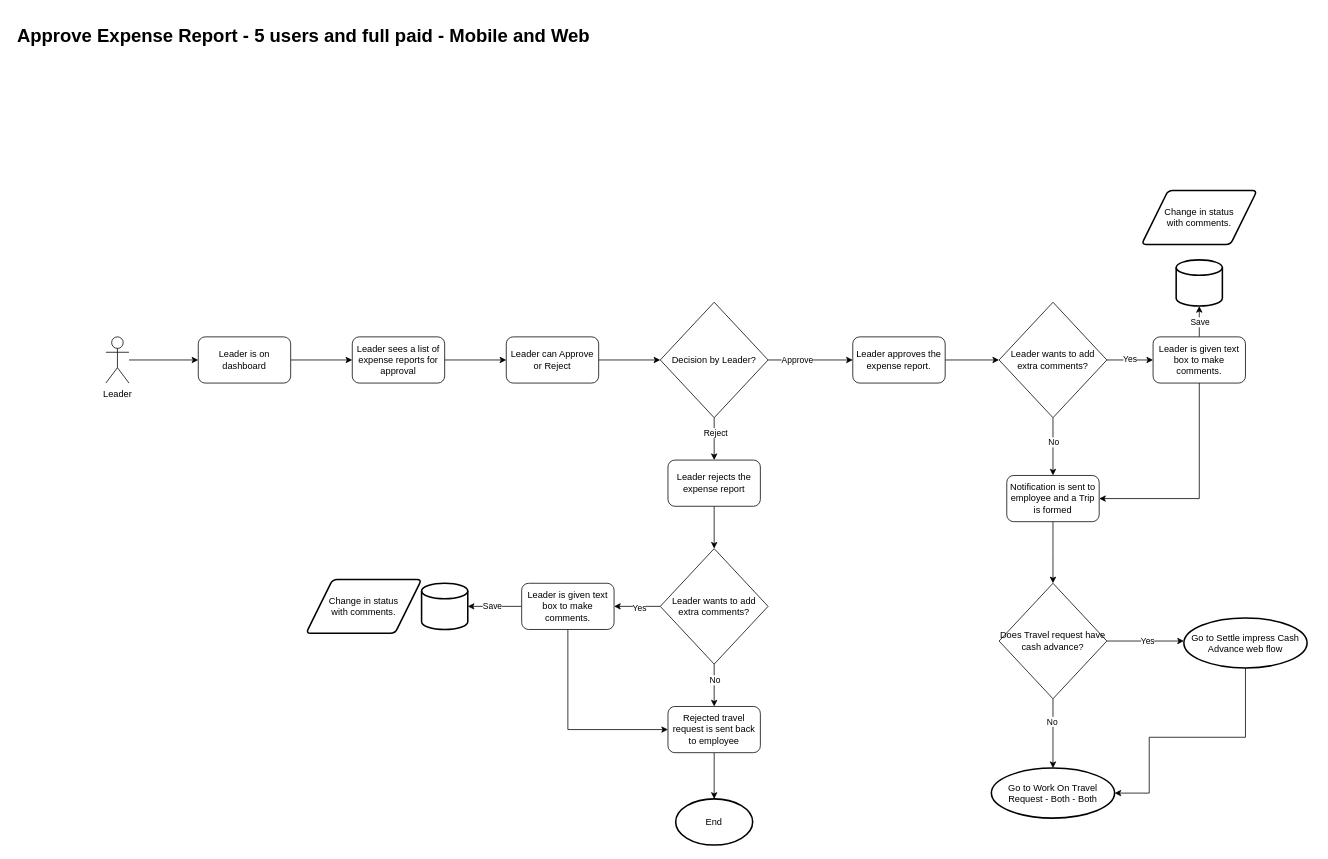
This is page "Approve Expense - Both - Both" (10 of 18) of expensebooking.drawio from snair0410/resturantdesign, a draw.io file, before an edit. Source tidied: cells renumbered, new cells numbered last; positions are measured from the earlier drawing's top-left corner, leaving out a move shared by most shapes. Both pictures are drawn from the tidied source at 77%, with x=0, y=0 at pixel (13, 21).
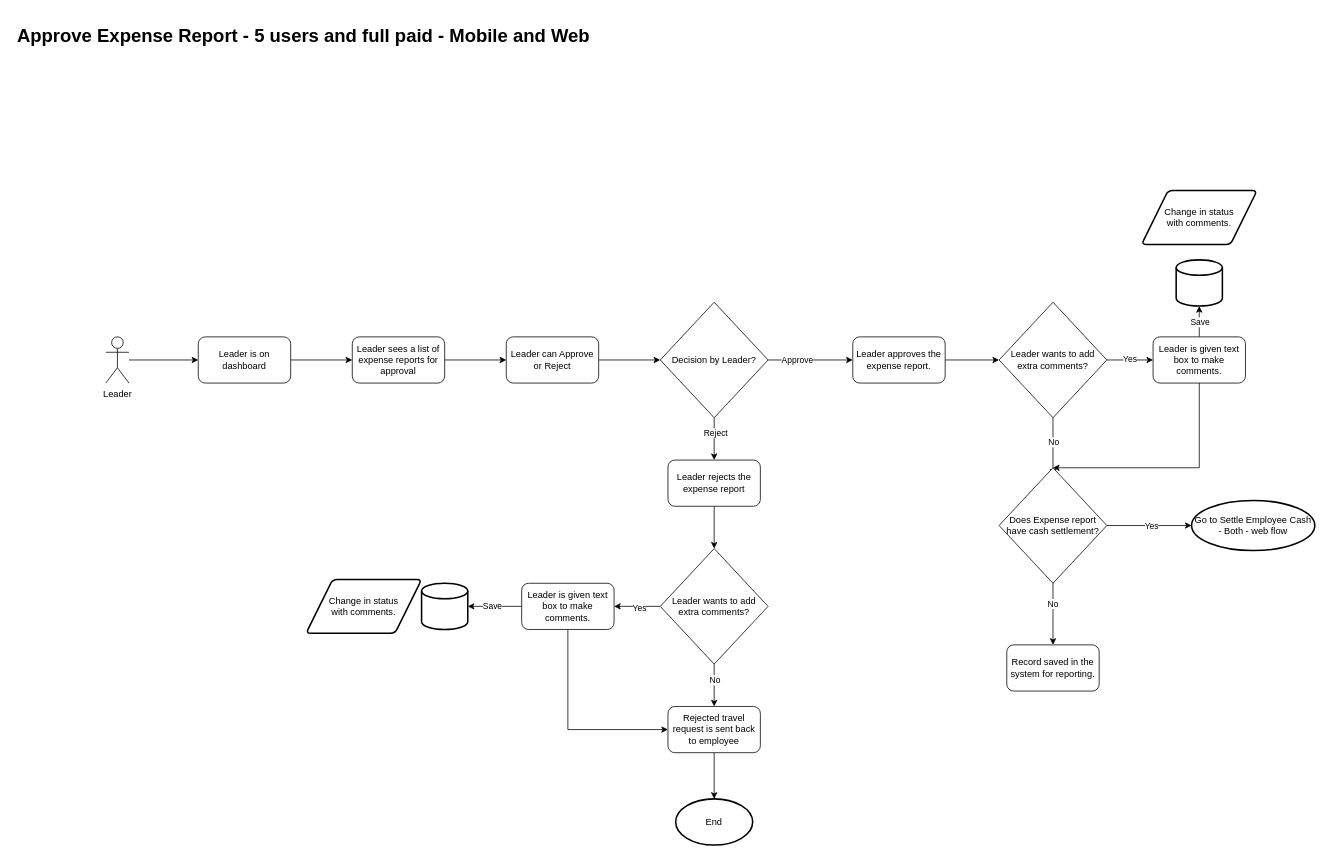
Above is the later version.

The change refers to these unchanged cells:
```xml
<mxCell id="22" value="Leader wants to add extra comments?" style="rhombus;whiteSpace=wrap;html=1;" parent="1" vertex="1">
  <mxGeometry x="1280" y="365" width="140" height="150" as="geometry" />
</mxCell>
<mxCell id="26" value="Leader is given text box to make comments." style="rounded=1;whiteSpace=wrap;html=1;" parent="1" vertex="1">
  <mxGeometry x="1480" y="410" width="120" height="60" as="geometry" />
</mxCell>
```

What changed in the source:
```diff
@@
-    <mxCell id="20" style="edgeStyle=orthogonalEdgeStyle;rounded=0;jettySize=auto;html=1;" parent="1" edge="1" source="22" target="30">
-      <mxGeometry relative="1" as="geometry" />
+    <mxCell id="20" style="edgeStyle=orthogonalEdgeStyle;rounded=0;jettySize=auto;html=1;" parent="1" edge="1" source="22">
+      <mxGeometry relative="1" as="geometry">
+        <mxPoint x="1350" y="590" as="targetPoint" />
+      </mxGeometry>
     </mxCell>
@@
-    <mxCell id="25" style="edgeStyle=orthogonalEdgeStyle;rounded=0;jettySize=auto;html=1;entryX=1;entryY=0.5;entryDx=0;entryDy=0;" parent="1" edge="1" source="26" target="30">
+    <mxCell id="25" style="edgeStyle=orthogonalEdgeStyle;rounded=0;jettySize=auto;html=1;entryX=0.5;entryY=0;entryDx=0;entryDy=0;" parent="1" edge="1" source="26" target="53">
       <mxGeometry relative="1" as="geometry">
         <Array as="points">
-          <mxPoint x="1540" y="620" />
+          <mxPoint x="1540" y="580" />
         </Array>
       </mxGeometry>
     </mxCell>
@@
-    <mxCell id="29" style="edgeStyle=orthogonalEdgeStyle;rounded=0;jettySize=auto;html=1;" parent="1" edge="1" source="30">
-      <mxGeometry relative="1" as="geometry">
-        <mxPoint x="1350" y="730" as="targetPoint" />
-      </mxGeometry>
-    </mxCell>
-    <mxCell id="30" value="Notification is sent to employee and a Trip is formed" style="rounded=1;whiteSpace=wrap;html=1;" parent="1" vertex="1">
-      <mxGeometry x="1290" y="590" width="120" height="60" as="geometry" />
-    </mxCell>
-    <mxCell id="31" style="edgeStyle=orthogonalEdgeStyle;rounded=0;jettySize=auto;html=1;entryX=1;entryY=0.5;entryDx=0;entryDy=0;entryPerimeter=0;" parent="1" edge="1" source="32" target="54">
-      <mxGeometry relative="1" as="geometry">
-        <Array as="points">
-          <mxPoint x="1600" y="930" />
-          <mxPoint x="1475" y="930" />
-          <mxPoint x="1475" y="1003" />
-        </Array>
-      </mxGeometry>
-    </mxCell>
-    <mxCell id="32" value="Go to&amp;nbsp;Settle impress Cash Advance web flow" style="strokeWidth=2;html=1;shape=mxgraph.flowchart.start_1;whiteSpace=wrap;" parent="1" vertex="1">
-      <mxGeometry x="1520" y="775" width="160" height="65" as="geometry" />
+    <mxCell id="32" value="Go to&amp;nbsp;Settle Employee Cash - Both - web flow" style="strokeWidth=2;html=1;shape=mxgraph.flowchart.start_1;whiteSpace=wrap;" parent="1" vertex="1">
+      <mxGeometry x="1530" y="622.5" width="160" height="65" as="geometry" />
     </mxCell>
@@
-    <mxCell id="49" style="edgeStyle=orthogonalEdgeStyle;rounded=0;jettySize=auto;html=1;" parent="1" edge="1" source="53">
-      <mxGeometry relative="1" as="geometry">
-        <mxPoint x="1520" y="805" as="targetPoint" />
-      </mxGeometry>
-    </mxCell>
+    <mxCell id="55" style="edgeStyle=orthogonalEdgeStyle;rounded=0;jettySize=auto;html=1;" parent="1" edge="1" source="53" target="32">
+      <mxGeometry relative="1" as="geometry" />
+    </mxCell>
-    <mxCell id="50" value="Yes" style="edgeLabel;html=1;align=center;verticalAlign=middle;" parent="49" vertex="1">
-      <mxGeometry y="2" relative="1" as="geometry" />
+    <mxCell id="50" value="Yes" style="edgeLabel;html=1;align=center;verticalAlign=middle;" parent="55" vertex="1">
+      <mxGeometry x="0.04" relative="1" as="geometry" />
     </mxCell>
-    <mxCell id="51" style="edgeStyle=orthogonalEdgeStyle;rounded=0;jettySize=auto;html=1;" parent="1" edge="1" source="53" target="54">
-      <mxGeometry relative="1" as="geometry" />
-    </mxCell>
+    <mxCell id="56" style="edgeStyle=orthogonalEdgeStyle;rounded=0;jettySize=auto;html=1;" parent="1" edge="1" source="53" target="57">
+      <mxGeometry relative="1" as="geometry" />
+    </mxCell>
-    <mxCell id="52" value="No" style="edgeLabel;html=1;align=center;verticalAlign=middle;" parent="51" vertex="1">
-      <mxGeometry x="-0.36" y="-2" relative="1" as="geometry" />
+    <mxCell id="52" value="No" style="edgeLabel;html=1;align=center;verticalAlign=middle;" parent="56" vertex="1">
+      <mxGeometry x="-0.35" y="-1" relative="1" as="geometry" />
     </mxCell>
-    <mxCell id="53" value="Does Travel request have cash advance?" style="rhombus;whiteSpace=wrap;html=1;" parent="1" vertex="1">
-      <mxGeometry x="1280" y="730" width="140" height="150" as="geometry" />
+    <mxCell id="53" value="Does Expense report have cash settlement?" style="rhombus;whiteSpace=wrap;html=1;" parent="1" vertex="1">
+      <mxGeometry x="1280" y="580" width="140" height="150" as="geometry" />
     </mxCell>
-    <mxCell id="54" value="Go to&amp;nbsp;Work On Travel Request - Both - Both" style="strokeWidth=2;html=1;shape=mxgraph.flowchart.start_1;whiteSpace=wrap;" parent="1" vertex="1">
-      <mxGeometry x="1270" y="970" width="160" height="65" as="geometry" />
-    </mxCell>
+    <mxCell id="57" value="Record saved in the system for reporting." style="rounded=1;whiteSpace=wrap;html=1;" parent="1" vertex="1">
+      <mxGeometry x="1290" y="810" width="120" height="60" as="geometry" />
+    </mxCell>
```
